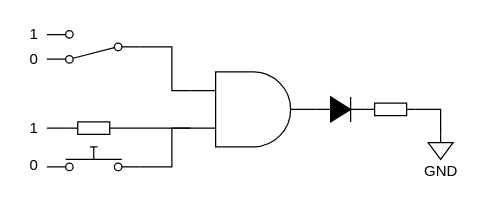
Earlier version of the draw.io diagram page "与门_原理" (7 of 12) of 多功能数字钟_实验指导书.drawio (zeandon/draw.io). Source tidied: cells renumbered, new cells numbered last; positions are measured from the earlier drawing's top-left corner, leaving out a move shared by most shapes. Both pictures are drawn from the tidied source at 125%, with x=0, y=0 at pixel (21, 21).
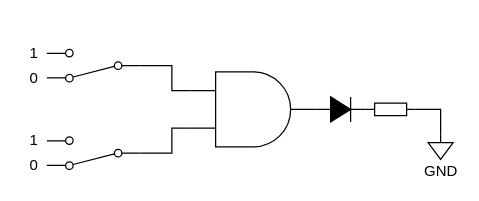
The same diagram, later.

Unchanged cells that the change refers to:
```xml
<mxCell id="8" style="verticalLabelPosition=bottom;shadow=0;dashed=0;align=center;html=1;verticalAlign=top;shape=mxgraph.electrical.logic_gates.logic_gate;operation=and;strokeColor=default;fontFamily=Helvetica;fontSize=12;fontColor=default;fillColor=default;" parent="1" vertex="1">
  <mxGeometry x="135" y="40" width="100" height="60" as="geometry" />
</mxCell>
```

Change to the diagram source:
```diff
@@
     <mxCell id="3" style="html=1;shape=mxgraph.electrical.electro-mechanical.twoWaySwitch;elSwitchState=2;rotation=-180;" parent="1" vertex="1">
-      <mxGeometry x="20" y="7" width="75" height="26" as="geometry" />
+      <mxGeometry x="20" y="22" width="75" height="26" as="geometry" />
     </mxCell>
@@
     <mxCell id="6" value="0" style="text;html=1;whiteSpace=wrap;strokeColor=none;fillColor=none;align=center;verticalAlign=middle;rounded=0;fontFamily=Helvetica;fontSize=12;fontColor=default;" parent="1" vertex="1">
-      <mxGeometry y="20" width="20" height="20" as="geometry" />
+      <mxGeometry y="35" width="20" height="20" as="geometry" />
     </mxCell>
     <mxCell id="7" value="1" style="text;html=1;whiteSpace=wrap;strokeColor=none;fillColor=none;align=center;verticalAlign=middle;rounded=0;fontFamily=Helvetica;fontSize=12;fontColor=default;" parent="1" vertex="1">
-      <mxGeometry width="20" height="20" as="geometry" />
+      <mxGeometry y="15" width="20" height="20" as="geometry" />
     </mxCell>
@@
-    <mxCell id="9" value=" " style="html=1;shape=mxgraph.electrical.electro-mechanical.pushbutton;elSwitchState=off;shadow=0;dashed=0;strokeColor=default;align=center;verticalAlign=top;fontFamily=Helvetica;fontSize=12;fontColor=default;fillColor=default;" parent="1" vertex="1">
-      <mxGeometry x="20" y="100" width="75" height="20" as="geometry" />
-    </mxCell>
@@
-    <mxCell id="12" style="endArrow=none;html=1;rounded=0;fontFamily=Helvetica;fontSize=12;fontColor=default;entryX=0;entryY=0.75;entryDx=0;entryDy=0;entryPerimeter=0;exitX=1;exitY=0.8;exitDx=0;exitDy=0;" parent="1" edge="1" source="9" target="8">
-      <mxGeometry relative="1" as="geometry">
-        <Array as="points">
-          <mxPoint x="120" y="116" />
-          <mxPoint x="120" y="100" />
-          <mxPoint x="120" y="85" />
-        </Array>
-      </mxGeometry>
-    </mxCell>
     <mxCell id="13" style="edgeStyle=none;jettySize=auto;html=1;rounded=0;fontFamily=Helvetica;fontSize=12;fontColor=default;exitX=0;exitY=0.25;exitDx=0;exitDy=0;exitPerimeter=0;entryX=0;entryY=0.5;entryDx=0;entryDy=0;endArrow=none;endFill=0;" parent="1" edge="1" source="8" target="3">
       <mxGeometry relative="1" as="geometry">
         <Array as="points">
           <mxPoint x="120" y="55" />
-          <mxPoint x="120" y="20" />
+          <mxPoint x="120" y="35" />
         </Array>
       </mxGeometry>
     </mxCell>
+    <mxCell id="19" style="html=1;shape=mxgraph.electrical.electro-mechanical.twoWaySwitch;elSwitchState=2;rotation=-180;" parent="1" vertex="1">
+      <mxGeometry x="20" y="92" width="75" height="26" as="geometry" />
+    </mxCell>
@@
     <mxCell id="15" value="1" style="text;html=1;whiteSpace=wrap;strokeColor=none;fillColor=none;align=center;verticalAlign=middle;rounded=0;fontFamily=Helvetica;fontSize=12;fontColor=default;" parent="1" vertex="1">
-      <mxGeometry y="75" width="20" height="20" as="geometry" />
+      <mxGeometry y="85" width="20" height="20" as="geometry" />
     </mxCell>
-    <mxCell id="16" style="verticalLabelPosition=bottom;shadow=0;dashed=0;align=center;html=1;verticalAlign=top;shape=mxgraph.electrical.resistors.resistor_1;" parent="1" vertex="1">
-      <mxGeometry x="37.5" y="80" width="40" height="10" as="geometry" />
-    </mxCell>
-    <mxCell id="17" style="endArrow=none;html=1;rounded=0;fontFamily=Helvetica;fontSize=12;fontColor=default;exitX=1;exitY=0.5;exitDx=0;exitDy=0;exitPerimeter=0;entryX=0;entryY=0.75;entryDx=0;entryDy=0;entryPerimeter=0;" parent="1" edge="1" source="16" target="8">
-      <mxGeometry relative="1" as="geometry" />
-    </mxCell>
-    <mxCell id="18" style="endArrow=none;html=1;rounded=0;fontFamily=Helvetica;fontSize=12;fontColor=default;entryX=0;entryY=0.5;entryDx=0;entryDy=0;entryPerimeter=0;" parent="1" edge="1" target="16">
-      <mxGeometry relative="1" as="geometry">
-        <mxPoint x="20" y="85" as="sourcePoint" />
-      </mxGeometry>
-    </mxCell>
+    <mxCell id="20" style="edgeStyle=none;jettySize=auto;html=1;rounded=0;fontFamily=Helvetica;fontSize=12;fontColor=default;exitX=0;exitY=0.75;exitDx=0;exitDy=0;exitPerimeter=0;entryX=0;entryY=0.5;entryDx=0;entryDy=0;endArrow=none;endFill=0;" parent="1" edge="1" source="8" target="19">
+      <mxGeometry relative="1" as="geometry">
+        <Array as="points">
+          <mxPoint x="120" y="85" />
+          <mxPoint x="120" y="105" />
+        </Array>
+      </mxGeometry>
+    </mxCell>
```
